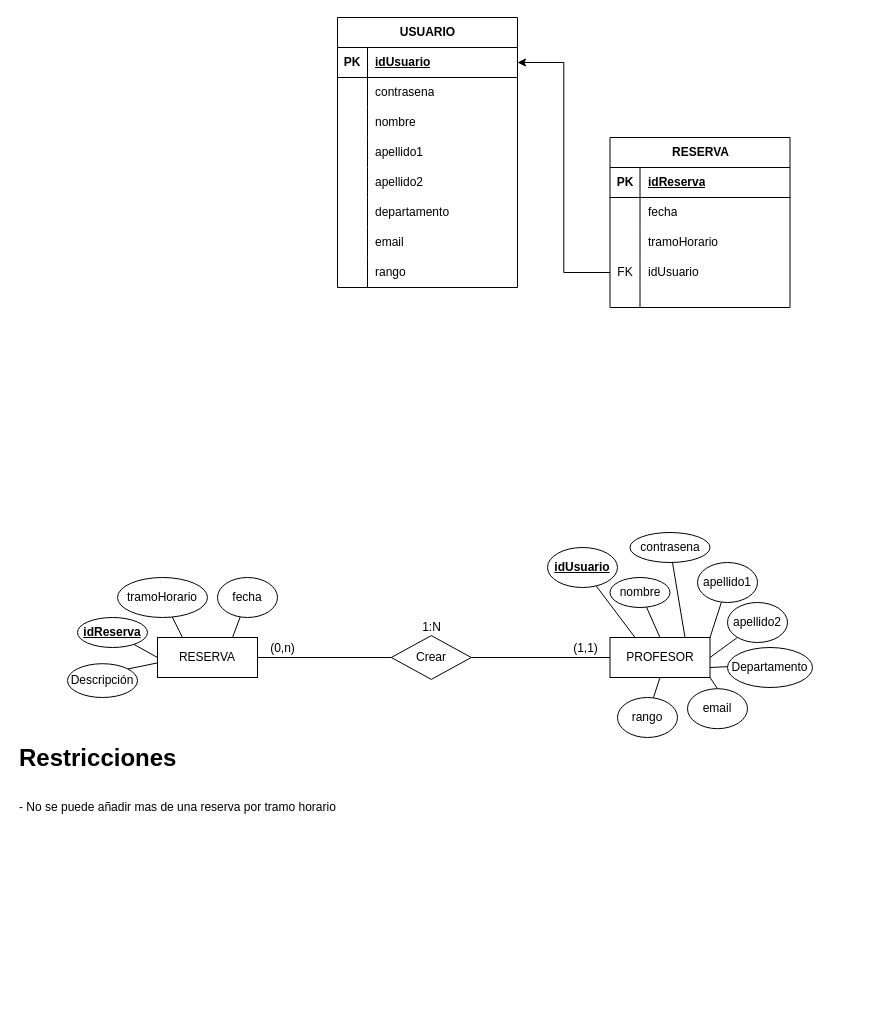
Before: Diagramas/Diagrama entidad-relación.drawio in juanjesusrv/Proyecto-php, a draw.io diagram. Source tidied: cells renumbered, new cells numbered last; positions are measured from the earlier drawing's top-left corner, leaving out a move shared by most shapes. Both pictures are drawn from the tidied source at 100%, with x=0, y=0 at pixel (17, 17).
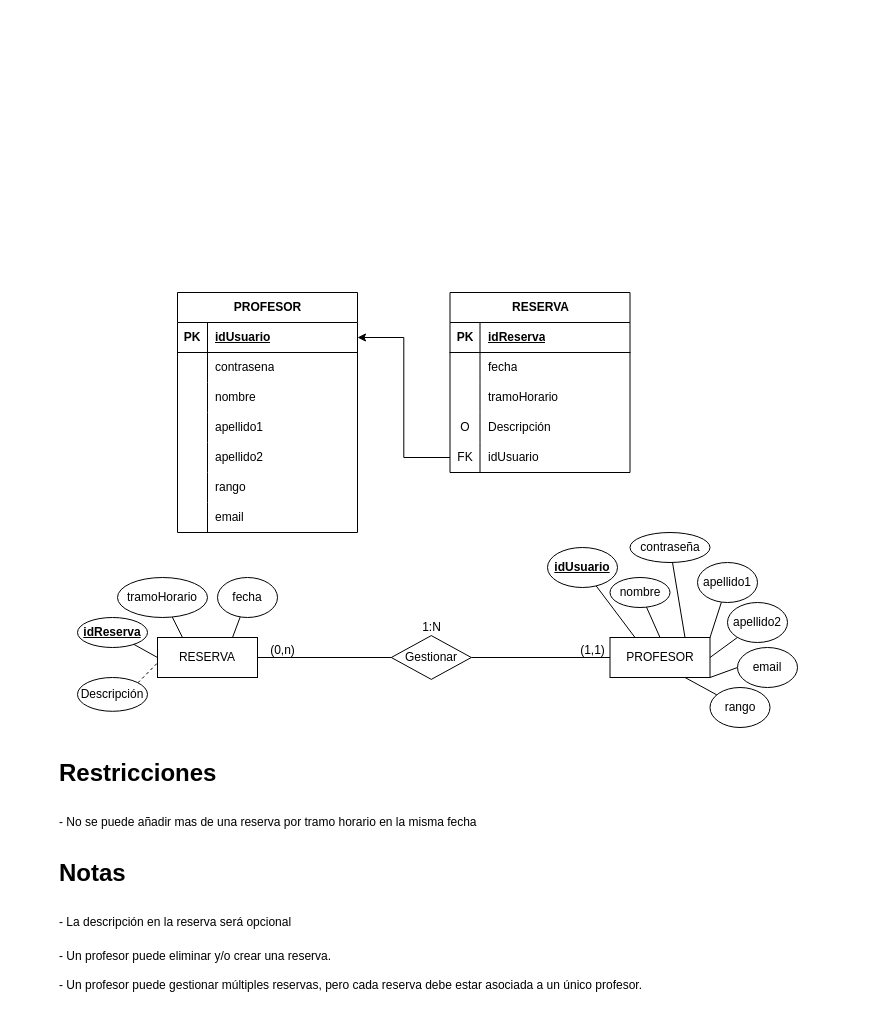
After the change.

The change refers to these unchanged cells:
```xml
<mxCell id="43" value="RESERVA" style="whiteSpace=wrap;html=1;align=center;" parent="1" vertex="1">
  <mxGeometry x="140" y="620" width="100" height="40" as="geometry" />
</mxCell>
<mxCell id="44" value="PROFESOR" style="whiteSpace=wrap;html=1;align=center;" parent="1" vertex="1">
  <mxGeometry x="592.5" y="620" width="100" height="40" as="geometry" />
</mxCell>
```

The edit, as a diff of the source:
```diff
@@
-    <mxCell id="2" value="USUARIO" style="shape=table;startSize=30;childLayout=tableLayout;rowLines=0;fontStyle=1;align=center;html=1;" parent="1" vertex="1">
-      <mxGeometry x="320" width="180" height="270" as="geometry" />
+    <mxCell id="2" value="PROFESOR" style="shape=table;startSize=30;childLayout=tableLayout;rowLines=0;fontStyle=1;align=center;html=1;" parent="1" vertex="1">
+      <mxGeometry x="160" y="275" width="180" height="240" as="geometry" />
     </mxCell>
@@
-    <mxCell id="18" style="shape=tableRow;horizontal=0;startSize=0;swimlaneHead=0;swimlaneBody=0;fillColor=none;top=0;left=0;right=0;bottom=0;" parent="2" vertex="1">
-      <mxGeometry y="180" width="180" height="30" as="geometry" />
-    </mxCell>
-    <mxCell id="19" style="shape=partialRectangle;fillColor=none;top=0;left=0;bottom=0;right=0;overflow=hidden;whiteSpace=wrap;html=1;" parent="18" vertex="1">
-      <mxGeometry width="30" height="30" as="geometry" />
-    </mxCell>
-    <mxCell id="20" value="departamento" style="shape=partialRectangle;fillColor=none;top=0;left=0;bottom=0;right=0;align=left;spacingLeft=6;overflow=hidden;whiteSpace=wrap;html=1;" parent="18" vertex="1">
-      <mxGeometry x="30" width="150" height="30" as="geometry" />
-    </mxCell>
+    <mxCell id="24" style="shape=tableRow;horizontal=0;startSize=0;swimlaneHead=0;swimlaneBody=0;fillColor=none;top=0;left=0;right=0;bottom=0;" parent="2" vertex="1">
+      <mxGeometry y="180" width="180" height="30" as="geometry" />
+    </mxCell>
+    <mxCell id="25" style="shape=partialRectangle;fillColor=none;top=0;left=0;bottom=0;right=0;overflow=hidden;whiteSpace=wrap;html=1;" parent="24" vertex="1">
+      <mxGeometry width="30" height="30" as="geometry" />
+    </mxCell>
+    <mxCell id="26" value="rango" style="shape=partialRectangle;fillColor=none;top=0;left=0;bottom=0;right=0;align=left;spacingLeft=6;overflow=hidden;whiteSpace=wrap;html=1;" parent="24" vertex="1">
+      <mxGeometry x="30" width="150" height="30" as="geometry" />
+    </mxCell>
@@
-    <mxCell id="24" style="shape=tableRow;horizontal=0;startSize=0;swimlaneHead=0;swimlaneBody=0;fillColor=none;top=0;left=0;right=0;bottom=0;" parent="2" vertex="1">
-      <mxGeometry y="240" width="180" height="30" as="geometry" />
-    </mxCell>
-    <mxCell id="25" style="shape=partialRectangle;fillColor=none;top=0;left=0;bottom=0;right=0;overflow=hidden;whiteSpace=wrap;html=1;" parent="24" vertex="1">
-      <mxGeometry width="30" height="30" as="geometry" />
-    </mxCell>
-    <mxCell id="26" value="rango" style="shape=partialRectangle;fillColor=none;top=0;left=0;bottom=0;right=0;align=left;spacingLeft=6;overflow=hidden;whiteSpace=wrap;html=1;" parent="24" vertex="1">
-      <mxGeometry x="30" width="150" height="30" as="geometry" />
-    </mxCell>
     <mxCell id="27" value="RESERVA" style="shape=table;startSize=30;childLayout=tableLayout;rowLines=0;fontStyle=1;align=center;html=1;" parent="1" vertex="1">
-      <mxGeometry x="592.5" y="120" width="180" height="170" as="geometry" />
+      <mxGeometry x="432.5" y="275" width="180" height="180" as="geometry" />
     </mxCell>
@@
+    <mxCell id="77" style="shape=tableRow;horizontal=0;startSize=0;swimlaneHead=0;swimlaneBody=0;fillColor=none;top=0;left=0;right=0;bottom=0;" parent="27" vertex="1">
+      <mxGeometry y="120" width="180" height="30" as="geometry" />
+    </mxCell>
+    <mxCell id="78" value="O" style="shape=partialRectangle;fillColor=none;top=0;left=0;bottom=0;right=0;overflow=hidden;whiteSpace=wrap;html=1;" parent="77" vertex="1">
+      <mxGeometry width="30" height="30" as="geometry" />
+    </mxCell>
+    <mxCell id="79" value="Descripción" style="shape=partialRectangle;fillColor=none;top=0;left=0;bottom=0;right=0;align=left;spacingLeft=6;overflow=hidden;whiteSpace=wrap;html=1;" parent="77" vertex="1">
+      <mxGeometry x="30" width="150" height="30" as="geometry" />
+    </mxCell>
     <mxCell id="37" style="shape=tableRow;horizontal=0;startSize=0;swimlaneHead=0;swimlaneBody=0;fillColor=none;points=[[0,0.5],[1,0.5]];portConstraint=eastwest;top=0;left=0;right=0;bottom=0;" parent="27" vertex="1">
-      <mxGeometry y="120" width="180" height="30" as="geometry" />
+      <mxGeometry y="150" width="180" height="30" as="geometry" />
     </mxCell>
@@
-    <mxCell id="40" style="shape=tableRow;horizontal=0;startSize=0;swimlaneHead=0;swimlaneBody=0;fillColor=none;top=0;left=0;right=0;bottom=0;" parent="27" vertex="1">
-      <mxGeometry y="150" width="180" height="20" as="geometry" />
-    </mxCell>
-    <mxCell id="41" style="shape=partialRectangle;fillColor=none;top=0;left=0;bottom=0;right=0;overflow=hidden;whiteSpace=wrap;html=1;" parent="40" vertex="1">
-      <mxGeometry width="30" height="20" as="geometry" />
-    </mxCell>
-    <mxCell id="42" style="shape=partialRectangle;fillColor=none;top=0;left=0;bottom=0;right=0;align=left;spacingLeft=6;overflow=hidden;whiteSpace=wrap;html=1;" parent="40" vertex="1">
-      <mxGeometry x="30" width="150" height="20" as="geometry" />
-    </mxCell>
@@
-    <mxCell id="45" style="rounded=0;jettySize=auto;html=1;entryX=1;entryY=0.5;entryDx=0;entryDy=0;exitX=0;exitY=0.5;exitDx=0;exitDy=0;endArrow=none;startFill=0;" parent="1" edge="1" source="76" target="43">
-      <mxGeometry relative="1" as="geometry" />
-    </mxCell>
-    <mxCell id="46" value="(0,n)" style="text;html=1;align=center;verticalAlign=middle;strokeColor=none;fillColor=none;" parent="1" vertex="1">
-      <mxGeometry x="240" y="616.2" width="50" height="30" as="geometry" />
-    </mxCell>
-    <mxCell id="47" value="(1,1)" style="text;html=1;align=center;verticalAlign=middle;strokeColor=none;fillColor=none;" parent="1" vertex="1">
-      <mxGeometry x="542.5" y="616.2" width="50" height="30" as="geometry" />
-    </mxCell>
@@
-    <mxCell id="58" value="contrasena" style="ellipse;whiteSpace=wrap;html=1;" parent="1" vertex="1">
+    <mxCell id="58" value="contraseña" style="ellipse;whiteSpace=wrap;html=1;" parent="1" vertex="1">
       <mxGeometry x="612.5" y="515" width="80" height="30" as="geometry" />
     </mxCell>
@@
-    <mxCell id="64" style="rounded=0;jettySize=auto;html=1;entryX=1;entryY=0.75;entryDx=0;entryDy=0;endArrow=none;startFill=0;" parent="1" edge="1" target="44">
-      <mxGeometry relative="1" as="geometry">
-        <mxPoint x="735" y="648" as="sourcePoint" />
-      </mxGeometry>
-    </mxCell>
-    <mxCell id="65" style="rounded=0;jettySize=auto;html=1;entryX=1;entryY=1;entryDx=0;entryDy=0;endArrow=none;startFill=0;exitX=0.5;exitY=0;exitDx=0;exitDy=0;" parent="1" edge="1" source="70" target="44">
+    <mxCell id="65" style="rounded=0;jettySize=auto;html=1;entryX=1;entryY=1;entryDx=0;entryDy=0;endArrow=none;startFill=0;exitX=0;exitY=0.5;exitDx=0;exitDy=0;" parent="1" edge="1" source="70" target="44">
       <mxGeometry relative="1" as="geometry" />
     </mxCell>
-    <mxCell id="66" style="rounded=0;jettySize=auto;html=1;entryX=0.5;entryY=1;entryDx=0;entryDy=0;endArrow=none;startFill=0;" parent="1" edge="1" source="67" target="44">
+    <mxCell id="66" style="rounded=0;jettySize=auto;html=1;entryX=0.75;entryY=1;entryDx=0;entryDy=0;endArrow=none;startFill=0;" parent="1" edge="1" source="67" target="44">
       <mxGeometry relative="1" as="geometry" />
     </mxCell>
     <mxCell id="67" value="rango" style="ellipse;whiteSpace=wrap;html=1;" parent="1" vertex="1">
-      <mxGeometry x="600" y="680" width="60" height="40" as="geometry" />
+      <mxGeometry x="692.5" y="670" width="60" height="40" as="geometry" />
     </mxCell>
@@
-    <mxCell id="69" value="Departamento" style="ellipse;whiteSpace=wrap;html=1;" parent="1" vertex="1">
-      <mxGeometry x="710" y="630" width="85" height="40" as="geometry" />
-    </mxCell>
     <mxCell id="70" value="email" style="ellipse;whiteSpace=wrap;html=1;" parent="1" vertex="1">
-      <mxGeometry x="670" y="671.2" width="60" height="40" as="geometry" />
+      <mxGeometry x="720" y="630" width="60" height="40" as="geometry" />
     </mxCell>
@@
     <mxCell id="72" value="Descripción" style="ellipse;whiteSpace=wrap;html=1;" parent="1" vertex="1">
-      <mxGeometry x="50" y="646.2" width="70" height="33.8" as="geometry" />
+      <mxGeometry x="60" y="660" width="70" height="33.8" as="geometry" />
     </mxCell>
-    <mxCell id="73" style="rounded=0;jettySize=auto;html=1;entryX=0;entryY=0.635;entryDx=0;entryDy=0;endArrow=none;startFill=0;exitX=1;exitY=0;exitDx=0;exitDy=0;entryPerimeter=0;" parent="1" edge="1" source="72" target="43">
+    <mxCell id="73" style="rounded=0;jettySize=auto;html=1;entryX=0;entryY=0.635;entryDx=0;entryDy=0;endArrow=none;startFill=0;exitX=1;exitY=0;exitDx=0;exitDy=0;entryPerimeter=0;dashed=1;" parent="1" edge="1" source="72" target="43">
       <mxGeometry relative="1" as="geometry" />
     </mxCell>
-    <mxCell id="74" value="&lt;h1 style=&quot;margin-top: 0px;&quot;&gt;&lt;span style=&quot;background-color: transparent; color: light-dark(rgb(0, 0, 0), rgb(255, 255, 255));&quot;&gt;Restricciones&lt;/span&gt;&lt;/h1&gt;&lt;h1 style=&quot;margin-top: 0px;&quot;&gt;&lt;span style=&quot;font-size: 12px; font-weight: 400; text-align: center; text-wrap-mode: nowrap; background-color: transparent; color: light-dark(rgb(0, 0, 0), rgb(255, 255, 255));&quot;&gt;- No se puede añadir mas de una reserva por tramo horario&lt;/span&gt;&lt;/h1&gt;" style="text;html=1;whiteSpace=wrap;overflow=hidden;rounded=0;" parent="1" vertex="1">
-      <mxGeometry y="720" width="850" height="120" as="geometry" />
+    <mxCell id="74" value="&lt;h1 style=&quot;margin-top: 0px;&quot;&gt;&lt;span style=&quot;background-color: transparent; color: light-dark(rgb(0, 0, 0), rgb(255, 255, 255));&quot;&gt;Restricciones&lt;/span&gt;&lt;/h1&gt;&lt;h1 style=&quot;margin-top: 0px;&quot;&gt;&lt;span style=&quot;font-size: 12px; font-weight: 400; text-align: center; text-wrap-mode: nowrap; background-color: transparent; color: light-dark(rgb(0, 0, 0), rgb(255, 255, 255));&quot;&gt;- No se puede añadir mas de una reserva por tramo horario en la misma fecha&lt;/span&gt;&lt;/h1&gt;" style="text;html=1;whiteSpace=wrap;overflow=hidden;rounded=0;" parent="1" vertex="1">
+      <mxGeometry x="40" y="735" width="780" height="90" as="geometry" />
     </mxCell>
-    <mxCell id="75" style="rounded=0;jettySize=auto;html=1;exitX=0;exitY=0.5;exitDx=0;exitDy=0;endArrow=none;startFill=0;entryX=1;entryY=0.5;entryDx=0;entryDy=0;" parent="1" edge="1" source="44" target="76">
-      <mxGeometry relative="1" as="geometry" />
-    </mxCell>
+    <mxCell id="45" style="edgeStyle=orthogonalEdgeStyle;rounded=0;jettySize=auto;html=1;exitX=0;exitY=0.5;exitDx=0;exitDy=0;entryX=1;entryY=0.5;entryDx=0;entryDy=0;endArrow=none;endFill=0;startFill=0;" parent="1" edge="1" source="76" target="43">
+      <mxGeometry relative="1" as="geometry" />
+    </mxCell>
+    <mxCell id="80" style="edgeStyle=orthogonalEdgeStyle;rounded=0;jettySize=auto;html=1;exitX=1;exitY=0.5;exitDx=0;exitDy=0;entryX=0;entryY=0.5;entryDx=0;entryDy=0;endArrow=none;endFill=0;startFill=0;" parent="1" edge="1" source="76" target="44">
+      <mxGeometry relative="1" as="geometry" />
+    </mxCell>
-    <mxCell id="76" value="Crear" style="shape=rhombus;perimeter=rhombusPerimeter;whiteSpace=wrap;html=1;align=center;" parent="1" vertex="1">
+    <mxCell id="76" value="Gestionar" style="shape=rhombus;perimeter=rhombusPerimeter;whiteSpace=wrap;html=1;align=center;" parent="1" vertex="1">
       <mxGeometry x="373.8" y="618.1" width="80" height="43.8" as="geometry" />
     </mxCell>
+    <mxCell id="81" value="&lt;h1 style=&quot;margin-top: 0px;&quot;&gt;&lt;span style=&quot;background-color: transparent; color: light-dark(rgb(0, 0, 0), rgb(255, 255, 255));&quot;&gt;Notas&lt;/span&gt;&lt;/h1&gt;&lt;h1 style=&quot;margin-top: 0px;&quot;&gt;&lt;span style=&quot;background-color: transparent; color: light-dark(rgb(0, 0, 0), rgb(255, 255, 255)); font-size: 12px; font-weight: 400; text-align: center; text-wrap-mode: nowrap;&quot;&gt;- La descripción en la reserva será opcional&lt;/span&gt;&lt;/h1&gt;&lt;div&gt;&lt;span style=&quot;background-color: transparent; color: light-dark(rgb(0, 0, 0), rgb(255, 255, 255)); text-align: center; text-wrap-mode: nowrap; font-size: 12px; font-weight: 400;&quot;&gt;- Un profesor puede eliminar y/o crear una reserva&lt;/span&gt;&lt;span style=&quot;background-color: transparent; text-wrap-mode: nowrap; color: light-dark(rgb(0, 0, 0), rgb(255, 255, 255));&quot;&gt;.&lt;/span&gt;&lt;/div&gt;&lt;div&gt;&lt;br&gt;&lt;/div&gt;&lt;div&gt;-&amp;nbsp;Un profesor puede gestionar múltiples reservas, pero cada reserva debe estar asociada a un único profesor.&lt;/div&gt;&lt;div&gt;&lt;span style=&quot;background-color: transparent; color: light-dark(rgb(0, 0, 0), rgb(255, 255, 255)); font-size: 12px; font-weight: 400; text-align: center; text-wrap-mode: nowrap;&quot;&gt;&lt;br&gt;&lt;/span&gt;&lt;/div&gt;" style="text;html=1;whiteSpace=wrap;overflow=hidden;rounded=0;" parent="1" vertex="1">
+      <mxGeometry x="40" y="835" width="750" height="145" as="geometry" />
+    </mxCell>
+    <mxCell id="46" value="(0,n)" style="text;html=1;align=center;verticalAlign=middle;strokeColor=none;fillColor=none;" parent="1" vertex="1">
+      <mxGeometry x="240" y="618.1" width="50" height="30" as="geometry" />
+    </mxCell>
+    <mxCell id="47" value="(1,1)" style="text;html=1;align=center;verticalAlign=middle;strokeColor=none;fillColor=none;" parent="1" vertex="1">
+      <mxGeometry x="550" y="618.1" width="50" height="30" as="geometry" />
+    </mxCell>
```
